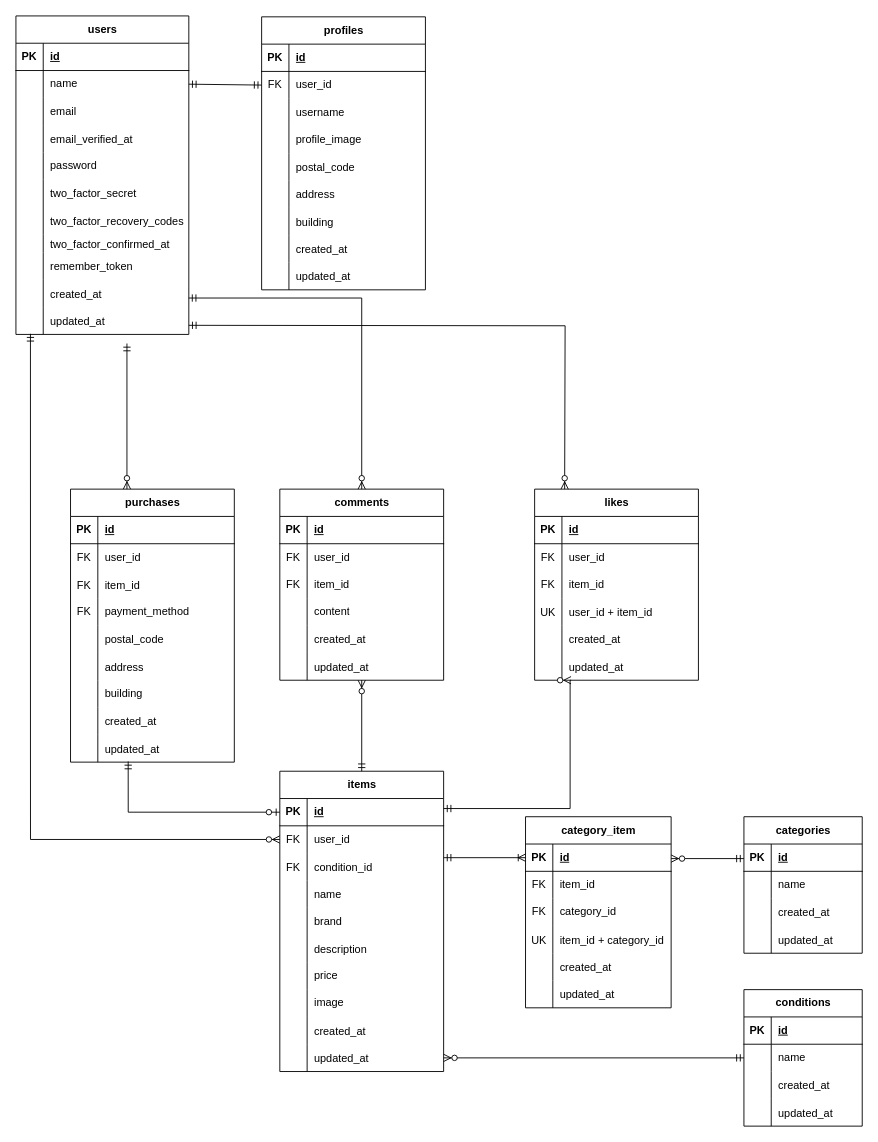
This is src/public/erd.drawio from EriEndo/mock-marketplace-app, a draw.io file, before an edit. Source tidied: cells renumbered, new cells numbered last; positions are measured from the earlier drawing's top-left corner, leaving out a move shared by most shapes. Both pictures are drawn from the tidied source at 91%, with x=0, y=0 at pixel (15, 15).
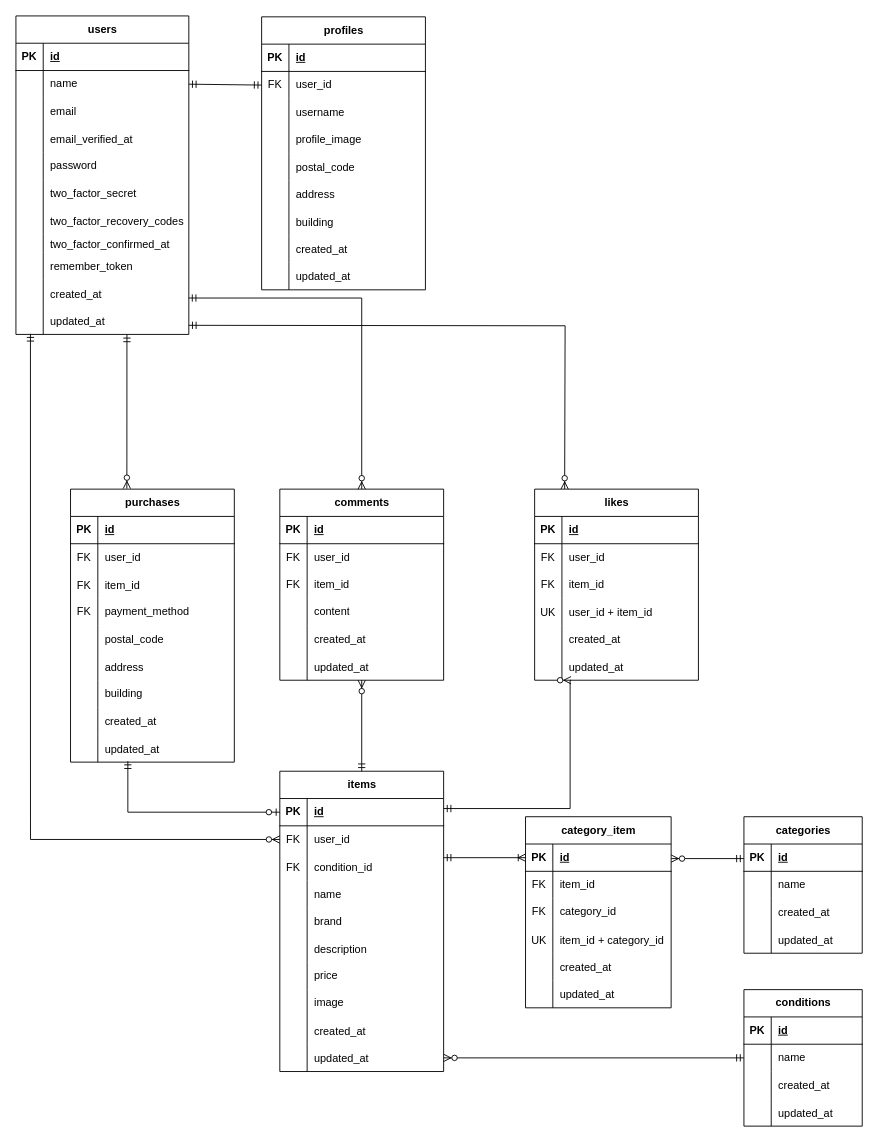
Above is the later version.

Unchanged cells that the change refers to:
```xml
<mxCell id="3" style="shape=tableRow;horizontal=0;startSize=0;swimlaneHead=0;swimlaneBody=0;fillColor=none;points=[[0,0.5],[1,0.5]];portConstraint=eastwest;top=0;left=0;right=0;bottom=1;rounded=0;" parent="2" vertex="1">
  <mxGeometry y="30" width="180" height="30" as="geometry" />
</mxCell>
<mxCell id="105" value="purchases" style="shape=table;startSize=30;childLayout=tableLayout;rowLines=0;fontStyle=1;align=center;html=1;rounded=0;" parent="1" vertex="1">
  <mxGeometry x="60" y="520" width="180" height="300" as="geometry" />
</mxCell>
<mxCell id="130" style="shape=tableRow;horizontal=0;startSize=0;swimlaneHead=0;swimlaneBody=0;fillColor=none;points=[[0,0.5],[1,0.5]];portConstraint=eastwest;top=0;left=0;right=0;bottom=0;" parent="105" vertex="1">
  <mxGeometry y="270" width="180" height="30" as="geometry" />
</mxCell>
```

Change to the diagram source:
```diff
@@
-    <mxCell id="160" style="fontSize=12;html=1;endArrow=ERzeroToMany;startArrow=ERmandOne;rounded=0;" parent="1" edge="1">
+    <mxCell id="160" style="fontSize=12;html=1;endArrow=ERzeroToMany;startArrow=ERmandOne;rounded=0;entryX=0.344;entryY=-0.002;entryDx=0;entryDy=0;entryPerimeter=0;" parent="1" edge="1" target="105">
       <mxGeometry relative="1" as="geometry">
-        <mxPoint x="122" y="360" as="sourcePoint" />
-        <mxPoint x="122" y="520" as="targetPoint" />
+        <mxPoint x="122" y="350" as="sourcePoint" />
       </mxGeometry>
     </mxCell>
@@
-    <mxCell id="167" style="edgeStyle=orthogonalEdgeStyle;fontSize=12;html=1;endArrow=ERzeroToOne;startArrow=ERmandOne;elbow=vertical;rounded=0;entryX=0;entryY=0.5;entryDx=0;entryDy=0;exitX=0.352;exitY=0.978;exitDx=0;exitDy=0;exitPerimeter=0;" parent="1" edge="1" source="130" target="3">
+    <mxCell id="167" style="edgeStyle=orthogonalEdgeStyle;fontSize=12;html=1;endArrow=ERzeroToOne;startArrow=ERmandOne;elbow=vertical;rounded=0;entryX=0;entryY=0.5;entryDx=0;entryDy=0;" parent="1" edge="1" target="3">
       <mxGeometry relative="1" as="geometry">
+        <mxPoint x="123" y="819" as="sourcePoint" />
         <Array as="points">
           <mxPoint x="123" y="875" />
         </Array>
       </mxGeometry>
     </mxCell>
```
